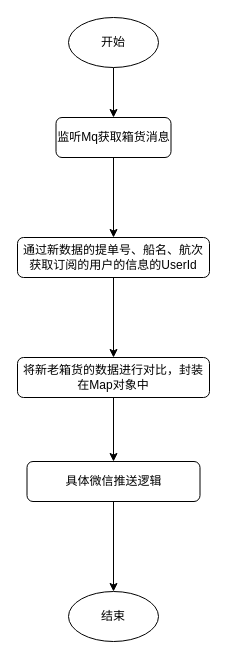
caixuecheng/track-drawio keeps this draw.io diagram as port-manager/箱货微信推送.drawio. Above is the earlier version. Source tidied: cells renumbered, new cells numbered last; positions are measured from the earlier drawing's top-left corner, leaving out a move shared by most shapes. Both pictures are drawn from the tidied source at 100%, with x=0, y=0 at pixel (17, 17).
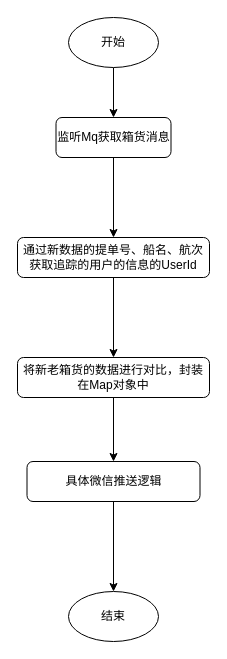
The same page after the edit.

Commit message (it also covers changes not shown here):
更新箱货微信推送.drawio

Change to the diagram source:
```diff
@@
 <mxGraphModel>
   <root>
     <mxCell id="0" />
     <mxCell id="1" parent="0" />
     <mxCell id="2" style="edgeStyle=orthogonalEdgeStyle;rounded=0;jettySize=auto;html=1;exitX=0.5;exitY=1;exitDx=0;exitDy=0;entryX=0.5;entryY=0;entryDx=0;entryDy=0;" parent="1" edge="1" source="3" target="5">
       <mxGeometry relative="1" as="geometry" />
     </mxCell>
     <mxCell id="3" value="开始" style="ellipse;whiteSpace=wrap;html=1;" parent="1" vertex="1">
       <mxGeometry x="51" width="90" height="50" as="geometry" />
     </mxCell>
     <mxCell id="4" style="edgeStyle=orthogonalEdgeStyle;rounded=0;jettySize=auto;html=1;" parent="1" edge="1" source="5" target="7">
       <mxGeometry relative="1" as="geometry" />
     </mxCell>
     <mxCell id="5" value="监听Mq获取箱货消息" style="rounded=1;whiteSpace=wrap;html=1;" parent="1" vertex="1">
       <mxGeometry x="38.5" y="100" width="115" height="40" as="geometry" />
     </mxCell>
     <mxCell id="6" style="edgeStyle=orthogonalEdgeStyle;rounded=0;jettySize=auto;html=1;" parent="1" edge="1" source="7" target="9">
       <mxGeometry relative="1" as="geometry" />
     </mxCell>
-    <mxCell id="7" value="通过新数据的提单号、船名、航次获取订阅的用户的信息的UserId" style="rounded=1;whiteSpace=wrap;html=1;" parent="1" vertex="1">
+    <mxCell id="7" value="通过新数据的提单号、船名、航次获取追踪的用户的信息的UserId" style="rounded=1;whiteSpace=wrap;html=1;" parent="1" vertex="1">
       <mxGeometry y="220" width="192" height="40" as="geometry" />
     </mxCell>
     <mxCell id="8" style="edgeStyle=orthogonalEdgeStyle;rounded=0;jettySize=auto;html=1;exitX=0.5;exitY=1;exitDx=0;exitDy=0;entryX=0.5;entryY=0;entryDx=0;entryDy=0;" parent="1" edge="1" source="9" target="11">
       <mxGeometry relative="1" as="geometry" />
     </mxCell>
     <mxCell id="9" value="将新老箱货的数据进行对比，封装在Map对象中" style="rounded=1;whiteSpace=wrap;html=1;" parent="1" vertex="1">
       <mxGeometry y="340" width="192" height="40" as="geometry" />
     </mxCell>
     <mxCell id="10" style="edgeStyle=orthogonalEdgeStyle;rounded=0;jettySize=auto;html=1;exitX=0.5;exitY=1;exitDx=0;exitDy=0;entryX=0.5;entryY=0;entryDx=0;entryDy=0;" parent="1" edge="1" source="11" target="12">
       <mxGeometry relative="1" as="geometry" />
     </mxCell>
     <mxCell id="11" value="具体微信推送逻辑" style="rounded=1;whiteSpace=wrap;html=1;" parent="1" vertex="1">
       <mxGeometry x="9.5" y="444" width="173" height="40" as="geometry" />
     </mxCell>
     <mxCell id="12" value="结束" style="ellipse;whiteSpace=wrap;html=1;" parent="1" vertex="1">
       <mxGeometry x="51" y="574" width="90" height="50" as="geometry" />
     </mxCell>
   </root>
 </mxGraphModel>
```
